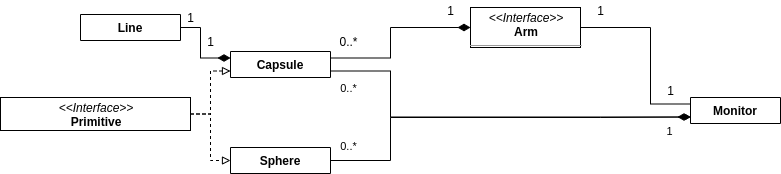
Earlier version of the draw.io export collision_monitoring/docs/Collision_Monitoring_UML_simplified.png (HBRS-SDP/sdp_ss20_collision_monitoring_for_robotic_manipulators). Source tidied: cells renumbered, new cells last; positions are measured from the earlier drawing's top-left corner, leaving out a move shared by most shapes. Source of this version:
```xml
<mxGraphModel>
  <root>
    <mxCell id="0" style="html=1;" />
    <mxCell id="1" style="html=1;" parent="0" />
    <mxCell id="2" style="html=1;align=left;verticalAlign=bottom;labelBackgroundColor=#ffffff;fontSize=10;" parent="1" vertex="1">
      <mxGeometry x="270" y="37" as="geometry">
        <mxPoint x="12" y="12" as="offset" />
      </mxGeometry>
    </mxCell>
    <mxCell id="3" style="edgeStyle=orthogonalEdgeStyle;rounded=0;jettySize=auto;html=1;exitX=1;exitY=0.5;exitDx=0;exitDy=0;entryX=0;entryY=0.75;entryDx=0;entryDy=0;dashed=1;endArrow=block;endFill=0;" parent="1" edge="1" source="5" target="14">
      <mxGeometry relative="1" as="geometry" />
    </mxCell>
    <mxCell id="4" style="edgeStyle=orthogonalEdgeStyle;rounded=0;jettySize=auto;html=1;exitX=1;exitY=0.5;exitDx=0;exitDy=0;entryX=0;entryY=0.5;entryDx=0;entryDy=0;dashed=1;endArrow=block;endFill=0;" parent="1" edge="1" source="5" target="10">
      <mxGeometry relative="1" as="geometry" />
    </mxCell>
    <mxCell id="5" value="&lt;p style=&quot;margin: 0px ; margin-top: 4px ; text-align: center&quot;&gt;&lt;i&gt;&amp;lt;&amp;lt;Interface&amp;gt;&amp;gt;&lt;/i&gt;&lt;br&gt;&lt;b&gt;Primitive&lt;/b&gt;&lt;/p&gt;&lt;p style=&quot;margin: 0px ; margin-left: 4px&quot;&gt;+ pose: Vector&amp;lt;Vector&amp;lt;float&amp;gt;&amp;gt;&lt;/p&gt;&lt;hr size=&quot;1&quot;&gt;&lt;p style=&quot;margin: 0px ; margin-left: 4px&quot;&gt;+ closestDistanceToPoint()&lt;/p&gt;" style="verticalAlign=top;align=left;overflow=fill;fontSize=12;fontFamily=Helvetica;html=1;" parent="1" vertex="1">
      <mxGeometry y="97" width="190" height="33" as="geometry" />
    </mxCell>
    <mxCell id="6" value="&lt;p style=&quot;margin: 4px 0px 0px ; text-align: center&quot;&gt;&lt;i&gt;&amp;lt;&amp;lt;Interface&amp;gt;&amp;gt;&lt;/i&gt;&lt;br&gt;&lt;b&gt;Arm&lt;/b&gt;&lt;/p&gt;&lt;hr size=&quot;1&quot;&gt;&lt;p style=&quot;margin: 0px 0px 0px 4px&quot;&gt;+ base_position: Matrix4d&lt;br style=&quot;padding: 0px ; margin: 0px&quot;&gt;+ links: Vector&amp;lt;Primative&amp;gt;&lt;br&gt;&lt;/p&gt;&lt;p style=&quot;margin: 0px 0px 0px 4px&quot;&gt;+ nJoints: int&lt;/p&gt;&lt;p style=&quot;margin: 0px 0px 0px 4px&quot;&gt;+ nLinks: int&lt;/p&gt;&lt;p style=&quot;margin: 0px 0px 0px 4px&quot;&gt;+ nFrames: int&lt;/p&gt;&lt;hr size=&quot;1&quot;&gt;&lt;p style=&quot;margin: 0px 0px 0px 4px&quot;&gt;+ updatePose()&lt;br&gt;&lt;/p&gt;&lt;p style=&quot;margin: 0px 0px 0px 4px&quot;&gt;+ getPose()&lt;/p&gt;" style="verticalAlign=top;align=left;overflow=fill;fontSize=12;fontFamily=Helvetica;html=1;" parent="1" vertex="1">
      <mxGeometry x="470" y="7" width="110" height="40" as="geometry" />
    </mxCell>
    <mxCell id="7" style="edgeStyle=orthogonalEdgeStyle;rounded=0;jettySize=auto;html=1;exitX=1;exitY=0.5;exitDx=0;exitDy=0;entryX=0;entryY=0.25;entryDx=0;entryDy=0;endArrow=none;endFill=0;" parent="1" edge="1" source="6" target="23">
      <mxGeometry relative="1" as="geometry">
        <Array as="points">
          <mxPoint x="650" y="27" />
          <mxPoint x="650" y="104" />
        </Array>
      </mxGeometry>
    </mxCell>
    <mxCell id="8" style="edgeStyle=orthogonalEdgeStyle;rounded=0;jettySize=auto;html=1;exitX=1;exitY=0.5;exitDx=0;exitDy=0;entryX=0;entryY=0.75;entryDx=0;entryDy=0;startArrow=none;startFill=0;endArrow=diamondThin;endFill=1;" parent="1" edge="1" source="10" target="23">
      <mxGeometry relative="1" as="geometry">
        <Array as="points">
          <mxPoint x="390" y="160" />
          <mxPoint x="390" y="117" />
          <mxPoint x="600" y="117" />
        </Array>
      </mxGeometry>
    </mxCell>
    <mxCell id="9" value="1" style="edgeLabel;html=1;align=center;verticalAlign=middle;" parent="8" vertex="1">
      <mxGeometry x="0.9" relative="1" as="geometry">
        <mxPoint y="14" as="offset" />
      </mxGeometry>
    </mxCell>
    <mxCell id="10" value="Sphere" style="swimlane;fontStyle=1;align=center;verticalAlign=top;horizontal=1;startSize=26;" parent="1" vertex="1" collapsed="1">
      <mxGeometry x="230" y="147" width="100" height="26" as="geometry" />
    </mxCell>
    <mxCell id="11" style="edgeStyle=orthogonalEdgeStyle;rounded=0;jettySize=auto;html=1;exitX=1;exitY=0.75;exitDx=0;exitDy=0;entryX=0;entryY=0.75;entryDx=0;entryDy=0;endArrow=diamondThin;endFill=1;startArrow=none;startFill=0;startSize=10;endSize=10;" parent="1" edge="1" source="14" target="23">
      <mxGeometry relative="1" as="geometry">
        <Array as="points">
          <mxPoint x="390" y="71" />
          <mxPoint x="390" y="117" />
        </Array>
      </mxGeometry>
    </mxCell>
    <mxCell id="12" value="0..*" style="edgeLabel;html=1;align=center;verticalAlign=middle;" parent="11" vertex="1">
      <mxGeometry x="-0.91" y="-1" relative="1" as="geometry">
        <mxPoint y="15.5" as="offset" />
      </mxGeometry>
    </mxCell>
    <mxCell id="13" style="edgeStyle=orthogonalEdgeStyle;rounded=0;jettySize=auto;html=1;exitX=1;exitY=0.25;exitDx=0;exitDy=0;entryX=0;entryY=0.5;entryDx=0;entryDy=0;endArrow=diamondThin;endFill=1;startSize=10;endSize=10;" parent="1" edge="1" source="14" target="6">
      <mxGeometry relative="1" as="geometry">
        <Array as="points">
          <mxPoint x="390" y="58" />
          <mxPoint x="390" y="27" />
        </Array>
      </mxGeometry>
    </mxCell>
    <mxCell id="14" value="Capsule" style="swimlane;fontStyle=1;align=center;verticalAlign=top;horizontal=1;startSize=26;" parent="1" vertex="1" collapsed="1">
      <mxGeometry x="230" y="51" width="100" height="26" as="geometry" />
    </mxCell>
    <mxCell id="15" style="edgeStyle=orthogonalEdgeStyle;rounded=0;jettySize=auto;html=1;exitX=1;exitY=0.5;exitDx=0;exitDy=0;entryX=0;entryY=0.25;entryDx=0;entryDy=0;endArrow=diamondThin;endFill=1;startArrow=none;startFill=0;startSize=10;endSize=10;" parent="1" edge="1" source="22" target="14">
      <mxGeometry relative="1" as="geometry">
        <Array as="points">
          <mxPoint x="200" y="27" />
          <mxPoint x="200" y="57" />
        </Array>
      </mxGeometry>
    </mxCell>
    <mxCell id="16" value="0..*" style="edgeLabel;html=1;align=center;verticalAlign=middle;" parent="1" vertex="1">
      <mxGeometry x="348" y="130" as="geometry">
        <mxPoint y="15.5" as="offset" />
      </mxGeometry>
    </mxCell>
    <mxCell id="17" value="1" style="text;html=1;align=center;verticalAlign=middle;" parent="1" vertex="1">
      <mxGeometry x="440" width="20" height="20" as="geometry" />
    </mxCell>
    <mxCell id="18" value="1" style="text;html=1;align=center;verticalAlign=middle;" parent="1" vertex="1">
      <mxGeometry x="590" width="20" height="20" as="geometry" />
    </mxCell>
    <mxCell id="19" value="1" style="text;html=1;align=center;verticalAlign=middle;" parent="1" vertex="1">
      <mxGeometry x="660" y="80" width="20" height="20" as="geometry" />
    </mxCell>
    <mxCell id="20" value="1" style="text;html=1;align=center;verticalAlign=middle;" parent="1" vertex="1">
      <mxGeometry x="180" y="7" width="20" height="20" as="geometry" />
    </mxCell>
    <mxCell id="21" value="1" style="text;html=1;align=center;verticalAlign=middle;" parent="1" vertex="1">
      <mxGeometry x="200" y="31" width="20" height="20" as="geometry" />
    </mxCell>
    <mxCell id="22" value="Line" style="swimlane;fontStyle=1;align=center;verticalAlign=top;horizontal=1;startSize=26;" parent="1" vertex="1" collapsed="1">
      <mxGeometry x="80" y="14" width="100" height="26" as="geometry" />
    </mxCell>
    <mxCell id="23" value="Monitor" style="swimlane;fontStyle=1;align=center;verticalAlign=top;horizontal=1;startSize=26;" parent="1" vertex="1" collapsed="1">
      <mxGeometry x="690" y="97" width="90" height="26" as="geometry" />
    </mxCell>
    <mxCell id="24" value="0..*" style="text;html=1;align=center;verticalAlign=middle;" parent="1" vertex="1">
      <mxGeometry x="333" y="31" width="30" height="20" as="geometry" />
    </mxCell>
  </root>
</mxGraphModel>
```
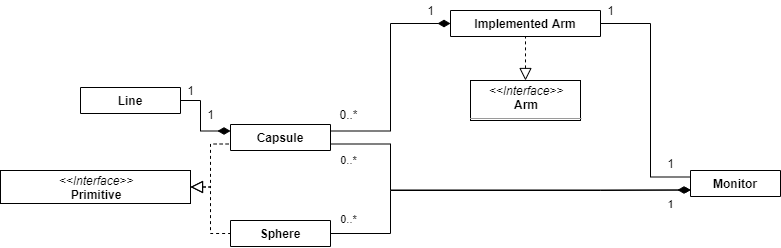
After the commit.

The edit, as a diff of the source:
```diff
@@ -7,22 +7,25 @@
         <mxPoint x="12" y="12" as="offset" />
       </mxGeometry>
     </mxCell>
-    <mxCell id="3" style="edgeStyle=orthogonalEdgeStyle;rounded=0;jettySize=auto;html=1;exitX=1;exitY=0.5;exitDx=0;exitDy=0;entryX=0;entryY=0.75;entryDx=0;entryDy=0;dashed=1;endArrow=block;endFill=0;" parent="1" edge="1" source="5" target="14">
+    <mxCell id="3" style="edgeStyle=orthogonalEdgeStyle;rounded=0;jettySize=auto;html=1;exitX=1;exitY=0.5;exitDx=0;exitDy=0;entryX=0;entryY=0.75;entryDx=0;entryDy=0;dashed=1;endArrow=none;endFill=0;startArrow=block;startFill=0;endSize=10;startSize=10;" parent="1" edge="1" source="5" target="14">
       <mxGeometry relative="1" as="geometry" />
     </mxCell>
-    <mxCell id="4" style="edgeStyle=orthogonalEdgeStyle;rounded=0;jettySize=auto;html=1;exitX=1;exitY=0.5;exitDx=0;exitDy=0;entryX=0;entryY=0.5;entryDx=0;entryDy=0;dashed=1;endArrow=block;endFill=0;" parent="1" edge="1" source="5" target="10">
+    <mxCell id="4" style="edgeStyle=orthogonalEdgeStyle;rounded=0;jettySize=auto;html=1;exitX=1;exitY=0.5;exitDx=0;exitDy=0;entryX=0;entryY=0.5;entryDx=0;entryDy=0;dashed=1;endArrow=none;endFill=0;startArrow=block;startFill=0;endSize=10;startSize=10;" parent="1" edge="1" source="5" target="10">
       <mxGeometry relative="1" as="geometry" />
     </mxCell>
     <mxCell id="5" value="&lt;p style=&quot;margin: 0px ; margin-top: 4px ; text-align: center&quot;&gt;&lt;i&gt;&amp;lt;&amp;lt;Interface&amp;gt;&amp;gt;&lt;/i&gt;&lt;br&gt;&lt;b&gt;Primitive&lt;/b&gt;&lt;/p&gt;&lt;p style=&quot;margin: 0px ; margin-left: 4px&quot;&gt;+ pose: Vector&amp;lt;Vector&amp;lt;float&amp;gt;&amp;gt;&lt;/p&gt;&lt;hr size=&quot;1&quot;&gt;&lt;p style=&quot;margin: 0px ; margin-left: 4px&quot;&gt;+ closestDistanceToPoint()&lt;/p&gt;" style="verticalAlign=top;align=left;overflow=fill;fontSize=12;fontFamily=Helvetica;html=1;" parent="1" vertex="1">
       <mxGeometry y="97" width="190" height="33" as="geometry" />
     </mxCell>
+    <mxCell id="25" style="edgeStyle=orthogonalEdgeStyle;rounded=0;jettySize=auto;html=1;exitX=0.5;exitY=0;exitDx=0;exitDy=0;entryX=0.5;entryY=1;entryDx=0;entryDy=0;startArrow=block;startFill=0;endSize=10;startSize=10;endArrow=none;endFill=0;dashed=1;" parent="1" edge="1" source="6" target="26">
+      <mxGeometry relative="1" as="geometry" />
+    </mxCell>
     <mxCell id="6" value="&lt;p style=&quot;margin: 4px 0px 0px ; text-align: center&quot;&gt;&lt;i&gt;&amp;lt;&amp;lt;Interface&amp;gt;&amp;gt;&lt;/i&gt;&lt;br&gt;&lt;b&gt;Arm&lt;/b&gt;&lt;/p&gt;&lt;hr size=&quot;1&quot;&gt;&lt;p style=&quot;margin: 0px 0px 0px 4px&quot;&gt;+ base_position: Matrix4d&lt;br style=&quot;padding: 0px ; margin: 0px&quot;&gt;+ links: Vector&amp;lt;Primative&amp;gt;&lt;br&gt;&lt;/p&gt;&lt;p style=&quot;margin: 0px 0px 0px 4px&quot;&gt;+ nJoints: int&lt;/p&gt;&lt;p style=&quot;margin: 0px 0px 0px 4px&quot;&gt;+ nLinks: int&lt;/p&gt;&lt;p style=&quot;margin: 0px 0px 0px 4px&quot;&gt;+ nFrames: int&lt;/p&gt;&lt;hr size=&quot;1&quot;&gt;&lt;p style=&quot;margin: 0px 0px 0px 4px&quot;&gt;+ updatePose()&lt;br&gt;&lt;/p&gt;&lt;p style=&quot;margin: 0px 0px 0px 4px&quot;&gt;+ getPose()&lt;/p&gt;" style="verticalAlign=top;align=left;overflow=fill;fontSize=12;fontFamily=Helvetica;html=1;" parent="1" vertex="1">
       <mxGeometry x="470" y="7" width="110" height="40" as="geometry" />
     </mxCell>
-    <mxCell id="7" style="edgeStyle=orthogonalEdgeStyle;rounded=0;jettySize=auto;html=1;exitX=1;exitY=0.5;exitDx=0;exitDy=0;entryX=0;entryY=0.25;entryDx=0;entryDy=0;endArrow=none;endFill=0;" parent="1" edge="1" source="6" target="23">
+    <mxCell id="7" style="edgeStyle=orthogonalEdgeStyle;rounded=0;jettySize=auto;html=1;exitX=1;exitY=0.5;exitDx=0;exitDy=0;entryX=0;entryY=0.25;entryDx=0;entryDy=0;endArrow=none;endFill=0;" parent="1" edge="1" source="26" target="23">
       <mxGeometry relative="1" as="geometry">
         <Array as="points">
-          <mxPoint x="650" y="27" />
+          <mxPoint x="650" y="-50" />
           <mxPoint x="650" y="104" />
         </Array>
       </mxGeometry>
@@ -57,11 +60,11 @@
         <mxPoint y="15.5" as="offset" />
       </mxGeometry>
     </mxCell>
-    <mxCell id="13" style="edgeStyle=orthogonalEdgeStyle;rounded=0;jettySize=auto;html=1;exitX=1;exitY=0.25;exitDx=0;exitDy=0;entryX=0;entryY=0.5;entryDx=0;entryDy=0;endArrow=diamondThin;endFill=1;startSize=10;endSize=10;" parent="1" edge="1" source="14" target="6">
+    <mxCell id="13" style="edgeStyle=orthogonalEdgeStyle;rounded=0;jettySize=auto;html=1;exitX=1;exitY=0.25;exitDx=0;exitDy=0;entryX=0;entryY=0.5;entryDx=0;entryDy=0;endArrow=diamondThin;endFill=1;startSize=10;endSize=10;" parent="1" edge="1" source="14" target="26">
       <mxGeometry relative="1" as="geometry">
         <Array as="points">
           <mxPoint x="390" y="58" />
-          <mxPoint x="390" y="27" />
+          <mxPoint x="390" y="-50" />
         </Array>
       </mxGeometry>
     </mxCell>
@@ -82,10 +85,10 @@
       </mxGeometry>
     </mxCell>
     <mxCell id="17" value="1" style="text;html=1;align=center;verticalAlign=middle;" parent="1" vertex="1">
-      <mxGeometry x="440" width="20" height="20" as="geometry" />
+      <mxGeometry x="420" y="-73" width="20" height="20" as="geometry" />
     </mxCell>
     <mxCell id="18" value="1" style="text;html=1;align=center;verticalAlign=middle;" parent="1" vertex="1">
-      <mxGeometry x="590" width="20" height="20" as="geometry" />
+      <mxGeometry x="600" y="-73" width="20" height="20" as="geometry" />
     </mxCell>
     <mxCell id="19" value="1" style="text;html=1;align=center;verticalAlign=middle;" parent="1" vertex="1">
       <mxGeometry x="660" y="80" width="20" height="20" as="geometry" />
@@ -105,5 +108,8 @@
     <mxCell id="24" value="0..*" style="text;html=1;align=center;verticalAlign=middle;" parent="1" vertex="1">
       <mxGeometry x="333" y="31" width="30" height="20" as="geometry" />
     </mxCell>
+    <mxCell id="26" value="Implemented Arm" style="swimlane;fontStyle=1;align=center;verticalAlign=top;horizontal=1;startSize=26;" parent="1" vertex="1" collapsed="1">
+      <mxGeometry x="450" y="-63" width="150" height="26" as="geometry" />
+    </mxCell>
   </root>
 </mxGraphModel>
```
